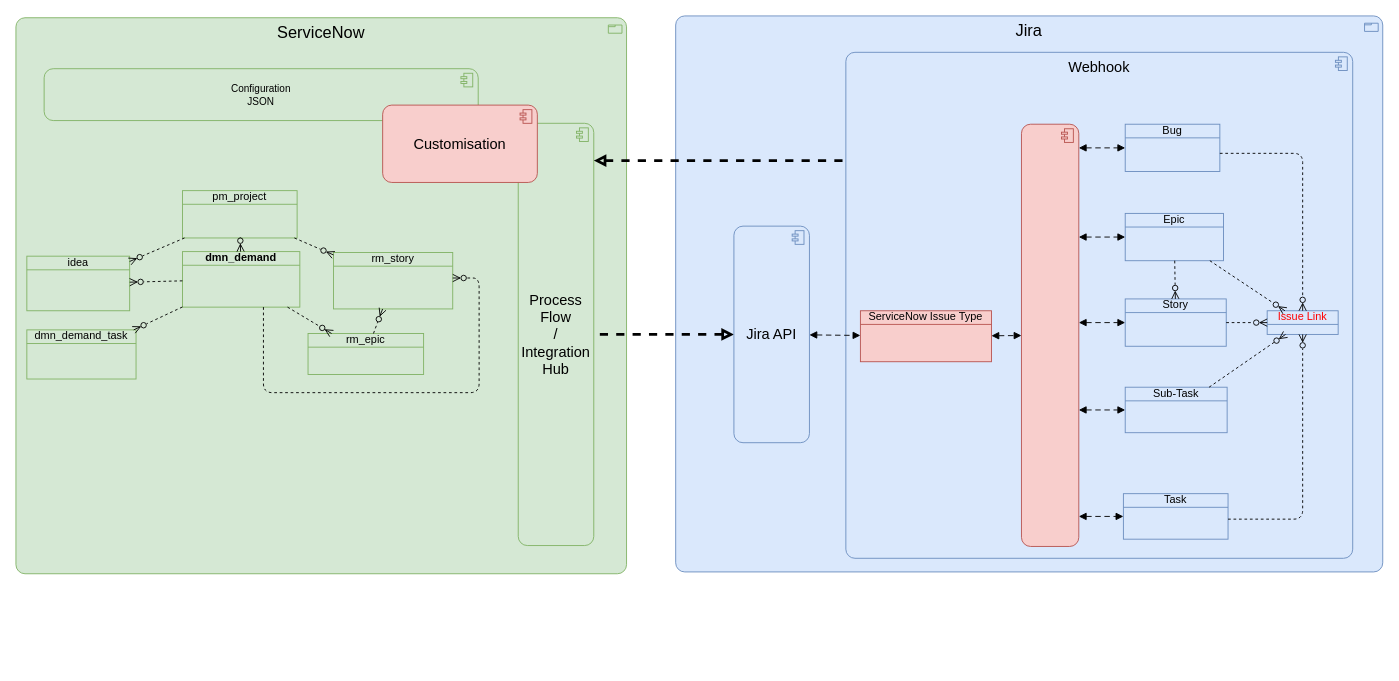
The draw.io diagram page "integrationHub" (16 of 17) of Bosch.drawio in algimas/tmp, before the edit. Source tidied: cells renumbered, new cells numbered last; positions are measured from the earlier drawing's top-left corner, leaving out a move shared by most shapes. Both pictures are drawn from the tidied source at 91%, with x=0, y=0 at pixel (15, 15).
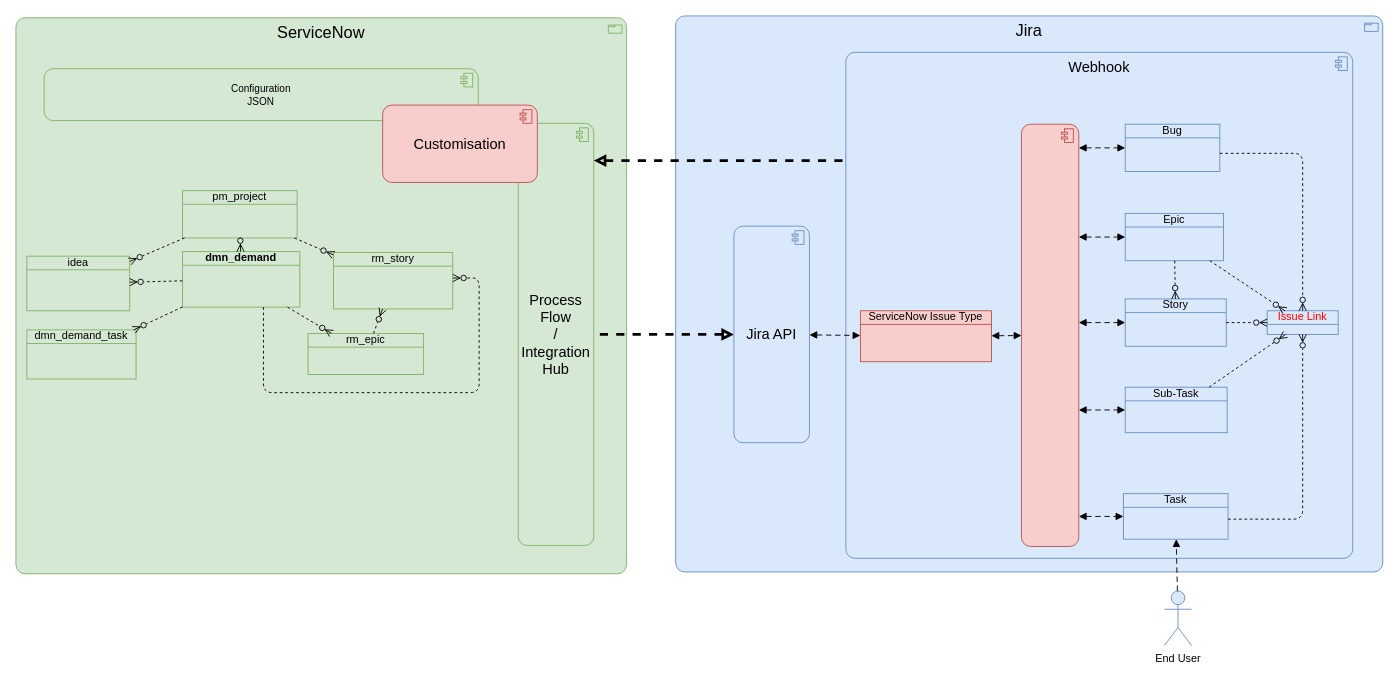
The same page after the edit.

Unchanged cells that the change refers to:
```xml
<mxCell id="8" value="Task" style="html=1;outlineConnect=0;whiteSpace=wrap;fillColor=#dae8fc;shape=mxgraph.archimate3.businessObject;overflow=fill;strokeColor=#6c8ebf;" parent="1" vertex="1">
  <mxGeometry x="1217" y="525" width="115" height="50" as="geometry" />
</mxCell>
```

Change to the diagram source:
```diff
@@
+    <mxCell id="46" value="End User" style="shape=umlActor;verticalLabelPosition=bottom;verticalAlign=top;html=1;outlineConnect=0;fillColor=#dae8fc;strokeColor=#6c8ebf;" parent="1" vertex="1">
+      <mxGeometry x="1262" y="632" width="30" height="60" as="geometry" />
+    </mxCell>
+    <mxCell id="47" style="html=1;endArrow=block;dashed=1;elbow=vertical;endFill=1;dashPattern=6 4;rounded=0;fontSize=12;fontStyle=0;startArrow=none;startFill=0;" parent="1" edge="1" source="46" target="8">
+      <mxGeometry relative="1" as="geometry" />
+    </mxCell>
```
